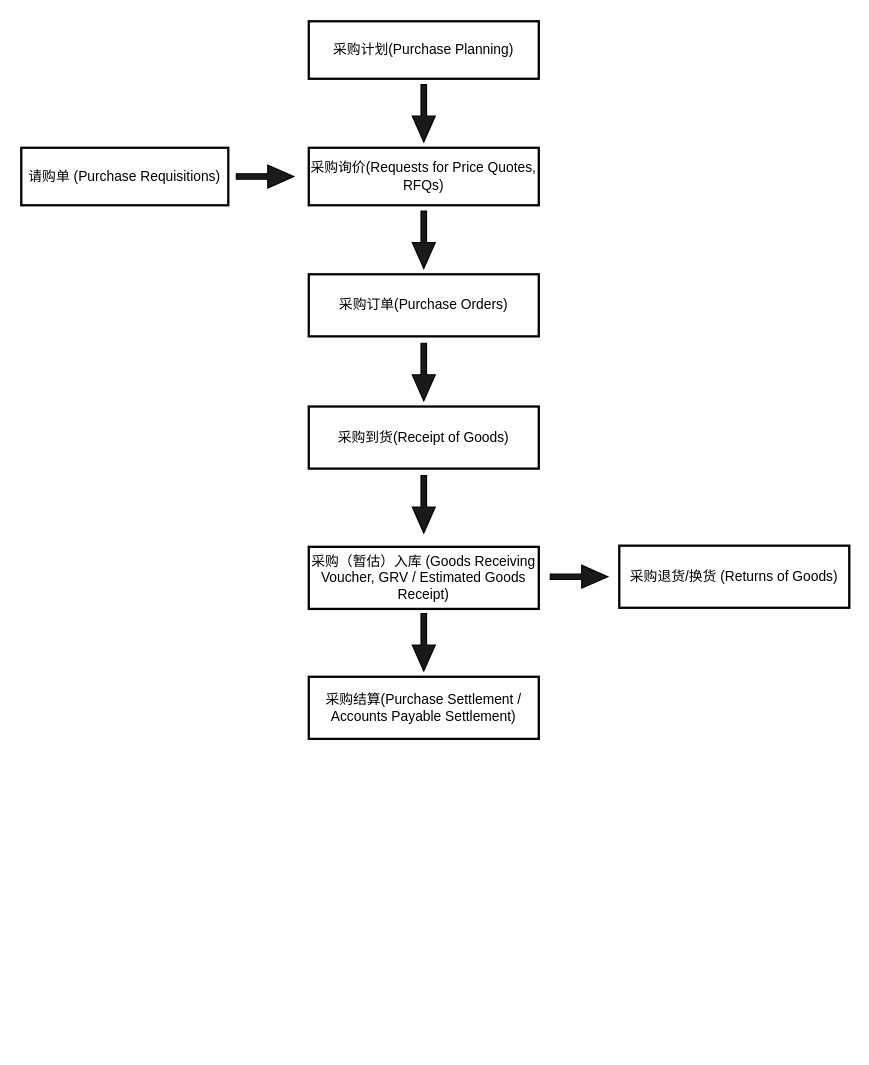
Earlier version of the draw.io diagram ERP.drawio (CJyoung524/DrawIO). Source tidied: cells renumbered, new cells numbered last; positions are measured from the earlier drawing's top-left corner, leaving out a move shared by most shapes. Both pictures are drawn from the tidied source at 115%, with x=0, y=0 at pixel (21, 21).
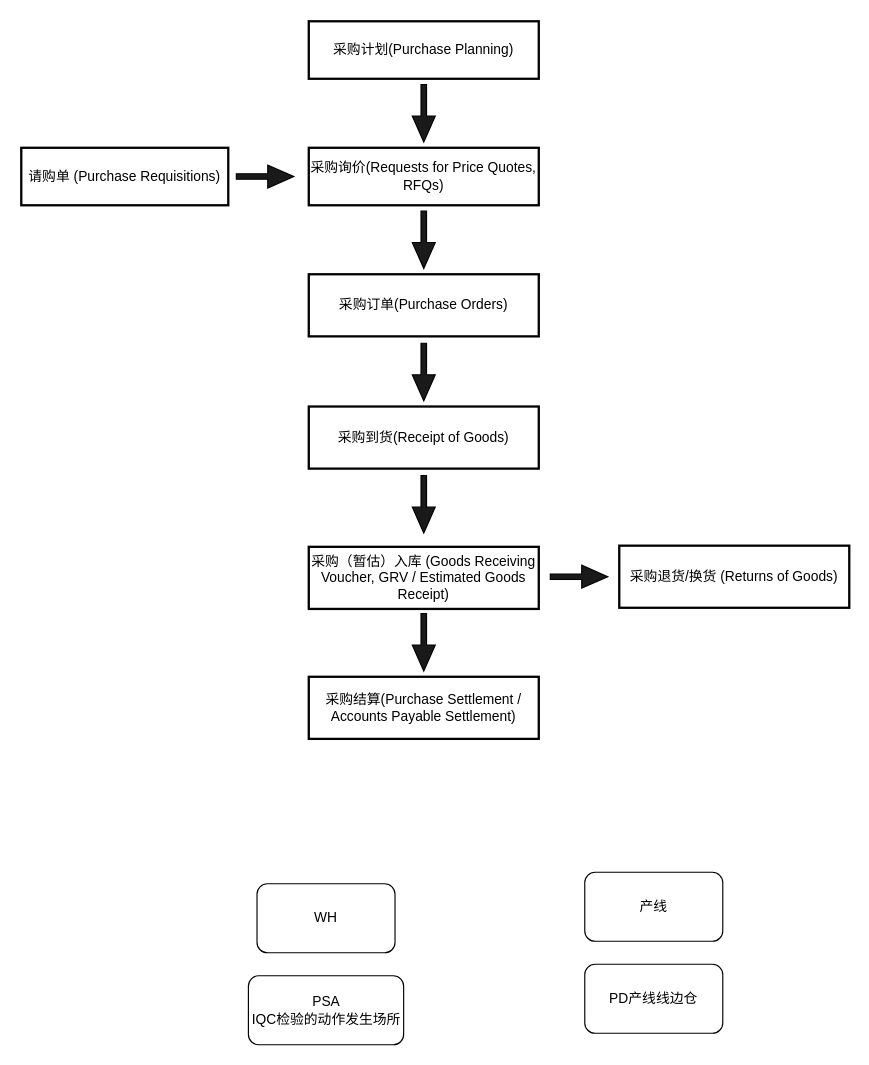
The same diagram, later.

Change to the diagram source:
```diff
@@
+    <mxCell id="17" value="WH" style="rounded=1;whiteSpace=wrap;html=1;" parent="1" vertex="1">
+      <mxGeometry x="205" y="750" width="120" height="60" as="geometry" />
+    </mxCell>
+    <mxCell id="18" value="PSA&lt;div&gt;IQC检验的动作发生场所&lt;/div&gt;" style="rounded=1;whiteSpace=wrap;html=1;" parent="1" vertex="1">
+      <mxGeometry x="197.5" y="830" width="135" height="60" as="geometry" />
+    </mxCell>
+    <mxCell id="19" value="PD产线线边仓" style="rounded=1;whiteSpace=wrap;html=1;" parent="1" vertex="1">
+      <mxGeometry x="490" y="820" width="120" height="60" as="geometry" />
+    </mxCell>
+    <mxCell id="20" value="产线" style="rounded=1;whiteSpace=wrap;html=1;" parent="1" vertex="1">
+      <mxGeometry x="490" y="740" width="120" height="60" as="geometry" />
+    </mxCell>
```
